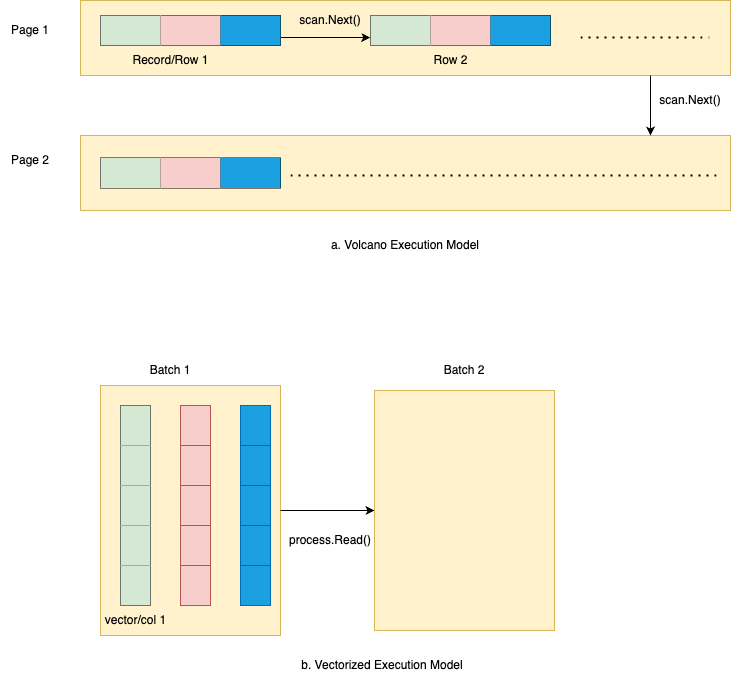
The draw.io diagram docs/img/colexec.png in arjunsk/colexec-db, before a commit. Source tidied: cells renumbered, new cells last; positions are measured from the earlier drawing's top-left corner, leaving out a move shared by most shapes.
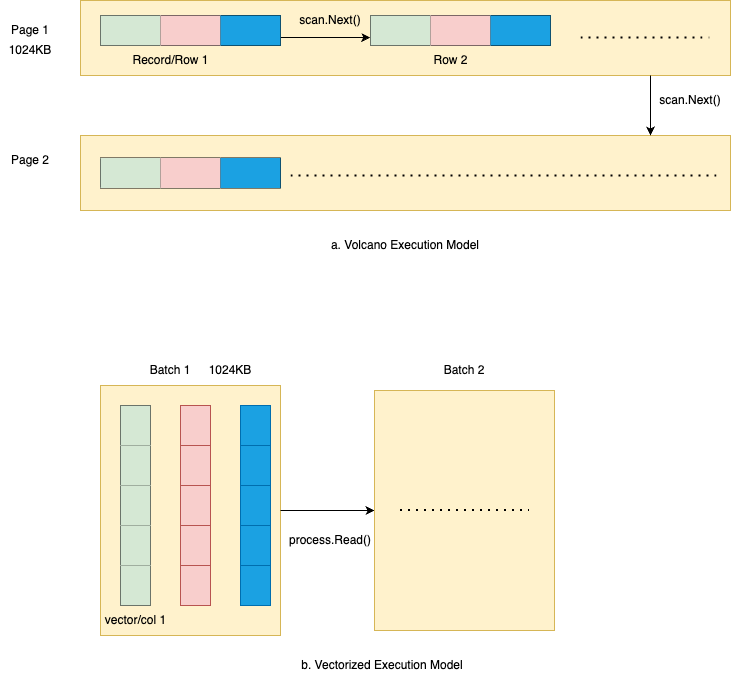
Above is the later version.

The edit, as a diff of the source:
```diff
@@ -220,5 +220,17 @@
     <mxCell id="70" value="vector/col 1" style="text;html=1;align=center;verticalAlign=middle;strokeColor=none;fillColor=none;" parent="1" vertex="1">
       <mxGeometry x="95" y="605" width="80" height="30" as="geometry" />
     </mxCell>
+    <mxCell id="71" value="1024KB" style="text;html=1;strokeColor=none;fillColor=none;align=center;verticalAlign=middle;whiteSpace=wrap;rounded=0;" parent="1" vertex="1">
+      <mxGeometry y="35" width="60" height="30" as="geometry" />
+    </mxCell>
+    <mxCell id="72" value="1024KB" style="text;html=1;strokeColor=none;fillColor=none;align=center;verticalAlign=middle;whiteSpace=wrap;rounded=0;" parent="1" vertex="1">
+      <mxGeometry x="200" y="355" width="60" height="30" as="geometry" />
+    </mxCell>
+    <mxCell id="73" style="endArrow=none;dashed=1;html=1;dashPattern=1 3;strokeWidth=2;rounded=0;" parent="1" edge="1">
+      <mxGeometry relative="1" as="geometry">
+        <mxPoint x="399.5" y="509.5" as="sourcePoint" />
+        <mxPoint x="528.5" y="509.5" as="targetPoint" />
+      </mxGeometry>
+    </mxCell>
   </root>
 </mxGraphModel>
```
